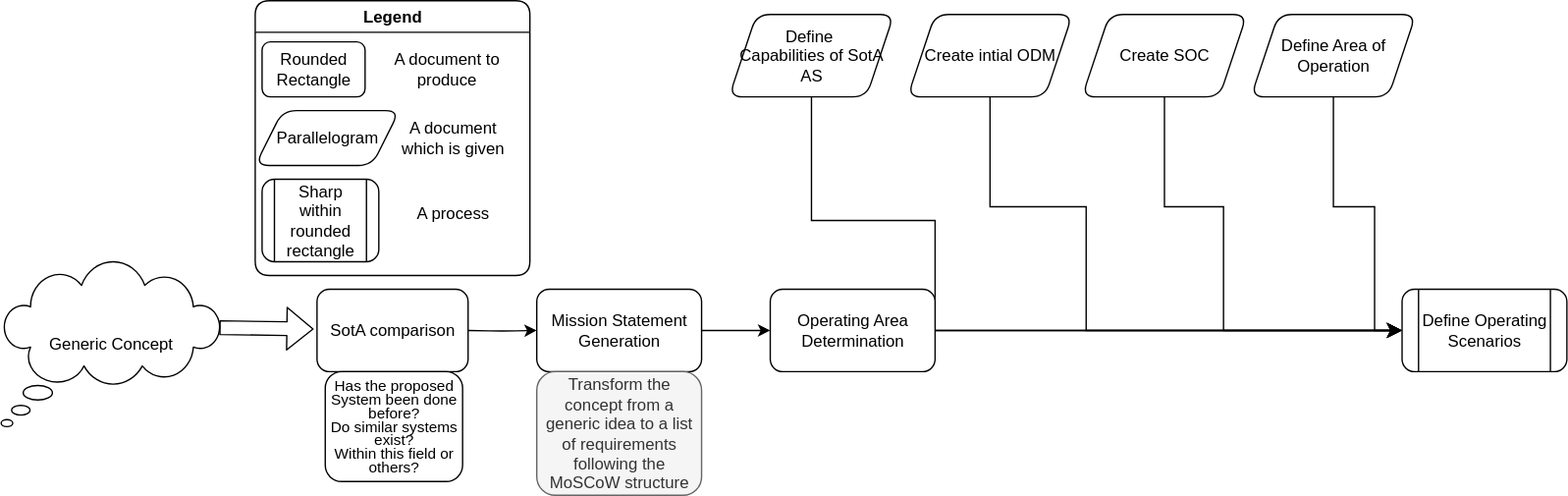
This is diagrams/Step-1.svg from TortoiseFather/sacred-site, a draw.io export, as it was before one commit. Source tidied: cells renumbered, new cells last; positions are measured from the earlier drawing's top-left corner, leaving out a move shared by most shapes.
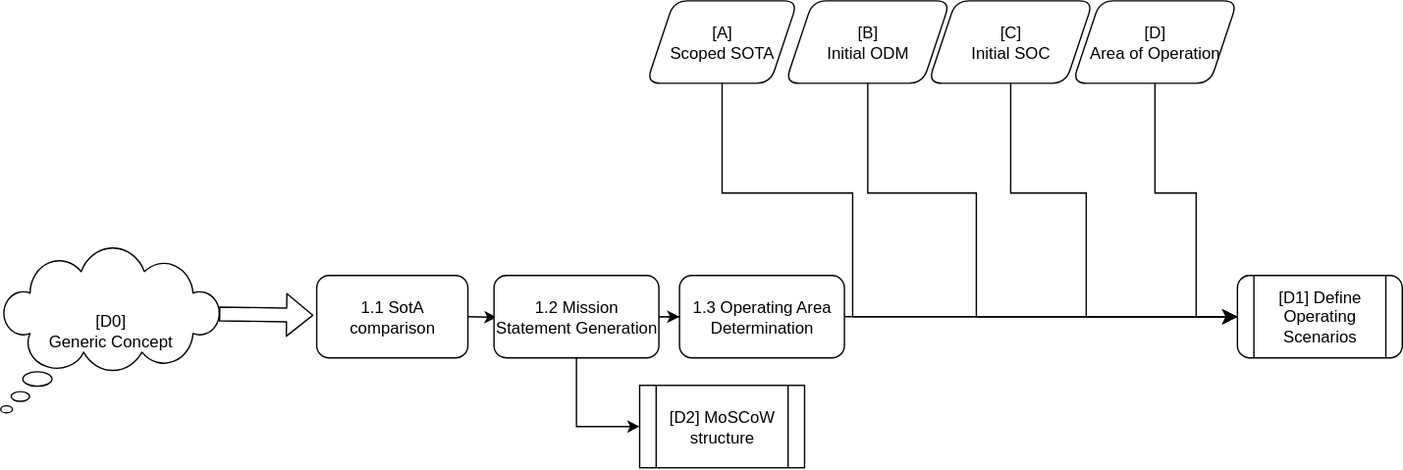
After the commit.

Commit message:
step 1 theoretically

Diff of the diagram source:
```diff
@@ -1,112 +1,96 @@
-<mxGraphModel>
+<mxGraphModel background="#ffffff">
   <root>
     <mxCell id="0" />
     <mxCell id="1" parent="0" />
-    <mxCell id="2" value="Generic Concept" style="whiteSpace=wrap;html=1;shape=mxgraph.basic.cloud_callout;rounded=1;" parent="1" vertex="1">
+    <mxCell id="2" value="[D0]&lt;div&gt;Generic Concept&lt;/div&gt;" style="whiteSpace=wrap;html=1;shape=mxgraph.basic.cloud_callout;rounded=1;fontColor=#000000;fillColor=#FFFFFF;strokeColor=#000000;" parent="1" vertex="1">
       <mxGeometry y="190" width="160" height="120" as="geometry" />
     </mxCell>
-    <mxCell id="3" style="shape=flexArrow;endArrow=classic;html=1;rounded=1;exitX=0.993;exitY=0.4;exitDx=0;exitDy=0;exitPerimeter=0;entryX=-0.022;entryY=0.483;entryDx=0;entryDy=0;entryPerimeter=0;" parent="1" edge="1" source="2" target="10">
+    <mxCell id="3" style="shape=flexArrow;endArrow=classic;html=1;rounded=1;exitX=0.993;exitY=0.4;exitDx=0;exitDy=0;exitPerimeter=0;entryX=-0.022;entryY=0.483;entryDx=0;entryDy=0;entryPerimeter=0;strokeColor=#000000;" parent="1" edge="1" source="2" target="10">
       <mxGeometry relative="1" as="geometry" />
     </mxCell>
-    <mxCell id="4" style="edgeStyle=orthogonalEdgeStyle;rounded=1;jettySize=auto;html=1;" parent="1" edge="1" target="6">
+    <mxCell id="4" style="edgeStyle=orthogonalEdgeStyle;rounded=1;jettySize=auto;html=1;strokeColor=#000000;" parent="1" edge="1" target="6">
       <mxGeometry relative="1" as="geometry">
         <mxPoint x="340" y="240" as="sourcePoint" />
       </mxGeometry>
     </mxCell>
-    <mxCell id="5" style="edgeStyle=orthogonalEdgeStyle;rounded=1;jettySize=auto;html=1;" parent="1" edge="1" source="6">
+    <mxCell id="5" style="edgeStyle=orthogonalEdgeStyle;rounded=1;jettySize=auto;html=1;strokeColor=#000000;" parent="1" edge="1" source="6">
       <mxGeometry relative="1" as="geometry">
         <mxPoint x="560" y="240" as="targetPoint" />
       </mxGeometry>
     </mxCell>
+    <mxCell id="28" style="edgeStyle=orthogonalEdgeStyle;rounded=0;jettySize=auto;html=1;entryX=0;entryY=0.5;entryDx=0;entryDy=0;strokeColor=#000000;" parent="1" edge="1" source="6" target="13">
+      <mxGeometry relative="1" as="geometry" />
+    </mxCell>
+    <mxCell id="29" style="edgeStyle=orthogonalEdgeStyle;rounded=0;jettySize=auto;html=1;entryX=0;entryY=0.5;entryDx=0;entryDy=0;strokeColor=#000000;" parent="1" edge="1" source="6" target="30">
+      <mxGeometry relative="1" as="geometry" />
+    </mxCell>
-    <mxCell id="6" value="Mission Statement Generation" style="whiteSpace=wrap;html=1;rounded=1;" parent="1" vertex="1">
-      <mxGeometry x="390" y="210" width="120" height="60" as="geometry" />
+    <mxCell id="6" value="1.2 Mission Statement Generation" style="whiteSpace=wrap;html=1;rounded=1;strokeColor=#000000;fontColor=#000000;fillColor=#FFFFFF;" parent="1" vertex="1">
+      <mxGeometry x="359" y="210" width="120" height="60" as="geometry" />
     </mxCell>
-    <mxCell id="7" value="Transform the concept from a generic idea to a list of requirements following the MoSCoW structure" style="text;html=1;strokeColor=#666666;fillColor=#f5f5f5;align=center;verticalAlign=middle;whiteSpace=wrap;rounded=1;fontColor=#333333;" parent="1" vertex="1">
-      <mxGeometry x="390" y="270" width="120" height="90" as="geometry" />
-    </mxCell>
-    <mxCell id="8" style="edgeStyle=none;curved=0;rounded=0;jettySize=auto;html=1;entryX=0;entryY=0.5;entryDx=0;entryDy=0;fontSize=12;startSize=8;endSize=8;" parent="1" edge="1" source="9" target="16">
+    <mxCell id="8" style="edgeStyle=none;curved=0;rounded=0;jettySize=auto;html=1;entryX=0;entryY=0.5;entryDx=0;entryDy=0;fontSize=12;startSize=8;endSize=8;strokeColor=#000000;" parent="1" edge="1" source="9">
       <mxGeometry relative="1" as="geometry">
+        <mxPoint x="960" y="240" as="targetPoint" />
         <Array as="points">
-          <mxPoint x="590" y="160" />
-          <mxPoint x="680" y="160" />
-          <mxPoint x="680" y="240" />
+          <mxPoint x="525" y="150" />
+          <mxPoint x="620" y="150" />
+          <mxPoint x="620" y="240" />
         </Array>
       </mxGeometry>
     </mxCell>
-    <mxCell id="9" value="&lt;div&gt;Define&amp;nbsp;&lt;/div&gt;&lt;div&gt;Capabilities of SotA AS&lt;/div&gt;" style="shape=parallelogram;perimeter=parallelogramPerimeter;whiteSpace=wrap;html=1;fixedSize=1;rounded=1;" parent="1" vertex="1">
-      <mxGeometry x="530" y="10" width="120" height="60" as="geometry" />
+    <mxCell id="9" value="&lt;div&gt;&lt;span style=&quot;color: rgb(0, 0, 0);&quot;&gt;[A]&lt;/span&gt;&lt;/div&gt;&lt;div&gt;&lt;span style=&quot;color: rgb(0, 0, 0);&quot;&gt;Scoped SOTA&lt;/span&gt;&lt;/div&gt;" style="shape=parallelogram;perimeter=parallelogramPerimeter;whiteSpace=wrap;html=1;fixedSize=1;rounded=1;strokeColor=#000000;fontColor=#000000;fillColor=#FFFFFF;" parent="1" vertex="1">
+      <mxGeometry x="470" y="10" width="110" height="60" as="geometry" />
     </mxCell>
-    <mxCell id="10" value="SotA comparison" style="rounded=1;whiteSpace=wrap;html=1;" parent="1" vertex="1">
+    <mxCell id="10" value="1.1 SotA comparison" style="rounded=1;whiteSpace=wrap;html=1;strokeColor=#000000;fontColor=#000000;fillColor=#FFFFFF;" parent="1" vertex="1">
       <mxGeometry x="230" y="210" width="110" height="60" as="geometry" />
     </mxCell>
-    <mxCell id="11" value="&lt;div style=&quot;font-size: 11px; line-height: 90%;&quot;&gt;&lt;font style=&quot;font-size: 11px;&quot;&gt;Has the proposed System been done before?&lt;/font&gt;&lt;/div&gt;&lt;div style=&quot;font-size: 11px; line-height: 90%;&quot;&gt;&lt;font style=&quot;font-size: 11px;&quot;&gt;Do similar systems exist?&lt;/font&gt;&lt;/div&gt;&lt;div style=&quot;font-size: 11px; line-height: 90%;&quot;&gt;&lt;font style=&quot;font-size: 11px;&quot;&gt;Within this field or others?&lt;br&gt;&lt;/font&gt;&lt;/div&gt;" style="rounded=1;whiteSpace=wrap;html=1;" parent="1" vertex="1">
-      <mxGeometry x="236" y="270" width="100" height="80" as="geometry" />
-    </mxCell>
-    <mxCell id="12" style="edgeStyle=none;curved=1;rounded=1;jettySize=auto;html=1;entryX=0;entryY=0.5;entryDx=0;entryDy=0;fontSize=12;startSize=8;endSize=8;" parent="1" edge="1" source="13" target="16">
+    <mxCell id="12" style="edgeStyle=none;curved=1;rounded=1;jettySize=auto;html=1;entryX=0;entryY=0.5;entryDx=0;entryDy=0;fontSize=12;startSize=8;endSize=8;strokeColor=#000000;" parent="1" edge="1" source="13" target="16">
       <mxGeometry relative="1" as="geometry" />
     </mxCell>
-    <mxCell id="13" value="Operating Area Determination" style="rounded=1;whiteSpace=wrap;html=1;" parent="1" vertex="1">
-      <mxGeometry x="560" y="210" width="120" height="60" as="geometry" />
+    <mxCell id="13" value="1.3 Operating Area Determination" style="rounded=1;whiteSpace=wrap;html=1;strokeColor=#000000;fontColor=#000000;fillColor=#FFFFFF;" parent="1" vertex="1">
+      <mxGeometry x="494" y="210" width="120" height="60" as="geometry" />
     </mxCell>
-    <mxCell id="14" style="edgeStyle=none;curved=0;rounded=0;jettySize=auto;html=1;entryX=0;entryY=0.5;entryDx=0;entryDy=0;fontSize=12;startSize=8;endSize=8;" parent="1" edge="1" source="15" target="16">
+    <mxCell id="14" style="edgeStyle=none;curved=0;rounded=0;jettySize=auto;html=1;entryX=0;entryY=0.5;entryDx=0;entryDy=0;fontSize=12;startSize=8;endSize=8;strokeColor=#000000;" parent="1" edge="1" source="15">
       <mxGeometry relative="1" as="geometry">
+        <mxPoint x="930" y="240" as="targetPoint" />
         <Array as="points">
-          <mxPoint x="970" y="150" />
-          <mxPoint x="1000" y="150" />
-          <mxPoint x="1000" y="240" />
+          <mxPoint x="840" y="150" />
+          <mxPoint x="870" y="150" />
+          <mxPoint x="870" y="240" />
         </Array>
       </mxGeometry>
     </mxCell>
-    <mxCell id="15" value="Define Area of Operation" style="shape=parallelogram;perimeter=parallelogramPerimeter;whiteSpace=wrap;html=1;fixedSize=1;rounded=1;" parent="1" vertex="1">
-      <mxGeometry x="910" y="10" width="120" height="60" as="geometry" />
+    <mxCell id="15" value="[D]&lt;div&gt;&lt;span style=&quot;color: rgb(0, 0, 0);&quot;&gt;Area of Operation&lt;/span&gt;&lt;/div&gt;" style="shape=parallelogram;perimeter=parallelogramPerimeter;whiteSpace=wrap;html=1;fixedSize=1;rounded=1;strokeColor=#000000;fontColor=#000000;fillColor=#FFFFFF;" parent="1" vertex="1">
+      <mxGeometry x="780" y="10" width="120" height="60" as="geometry" />
     </mxCell>
-    <mxCell id="16" value="Define Operating Scenarios" style="shape=process;whiteSpace=wrap;html=1;backgroundOutline=1;rounded=1;" parent="1" vertex="1">
-      <mxGeometry x="1020" y="210" width="120" height="60" as="geometry" />
+    <mxCell id="16" value="[D1] Define Operating Scenarios" style="shape=process;whiteSpace=wrap;html=1;backgroundOutline=1;rounded=1;strokeColor=#000000;fontColor=#000000;fillColor=#FFFFFF;" parent="1" vertex="1">
+      <mxGeometry x="900" y="210" width="120" height="60" as="geometry" />
     </mxCell>
-    <mxCell id="17" value="Create intial ODM" style="shape=parallelogram;perimeter=parallelogramPerimeter;whiteSpace=wrap;html=1;fixedSize=1;rounded=1;" parent="1" vertex="1">
-      <mxGeometry x="660" y="10" width="120" height="60" as="geometry" />
+    <mxCell id="17" value="&lt;div&gt;&lt;span style=&quot;color: rgb(0, 0, 0);&quot;&gt;[B]&lt;/span&gt;&lt;/div&gt;&lt;div&gt;&lt;span style=&quot;color: rgb(0, 0, 0);&quot;&gt;Initial ODM&lt;/span&gt;&lt;/div&gt;" style="shape=parallelogram;perimeter=parallelogramPerimeter;whiteSpace=wrap;html=1;fixedSize=1;rounded=1;strokeColor=#000000;fontColor=#000000;fillColor=#FFFFFF;" parent="1" vertex="1">
+      <mxGeometry x="571" y="10" width="120" height="60" as="geometry" />
     </mxCell>
-    <mxCell id="18" style="edgeStyle=none;curved=0;rounded=0;jettySize=auto;html=1;exitX=0.5;exitY=1;exitDx=0;exitDy=0;entryX=0;entryY=0.5;entryDx=0;entryDy=0;fontSize=12;startSize=8;endSize=8;" parent="1" edge="1" source="19" target="16">
+    <mxCell id="18" style="edgeStyle=none;curved=0;rounded=0;jettySize=auto;html=1;exitX=0.5;exitY=1;exitDx=0;exitDy=0;entryX=0;entryY=0.5;entryDx=0;entryDy=0;fontSize=12;startSize=8;endSize=8;strokeColor=#000000;" parent="1" edge="1" source="19" target="16">
       <mxGeometry relative="1" as="geometry">
         <Array as="points">
-          <mxPoint x="847" y="150" />
-          <mxPoint x="890" y="150" />
-          <mxPoint x="890" y="240" />
+          <mxPoint x="735" y="150" />
+          <mxPoint x="790" y="150" />
+          <mxPoint x="790" y="240" />
         </Array>
       </mxGeometry>
     </mxCell>
-    <mxCell id="19" value="Create SOC" style="shape=parallelogram;perimeter=parallelogramPerimeter;whiteSpace=wrap;html=1;fixedSize=1;rounded=1;" parent="1" vertex="1">
-      <mxGeometry x="787" y="10" width="120" height="60" as="geometry" />
+    <mxCell id="19" value="&lt;span style=&quot;color: rgb(0, 0, 0);&quot;&gt;[C]&lt;/span&gt;&lt;div&gt;&lt;span style=&quot;color: rgb(0, 0, 0);&quot;&gt;Initial SOC&lt;/span&gt;&lt;/div&gt;" style="shape=parallelogram;perimeter=parallelogramPerimeter;whiteSpace=wrap;html=1;fixedSize=1;rounded=1;strokeColor=#000000;fontColor=#000000;fillColor=#FFFFFF;" parent="1" vertex="1">
+      <mxGeometry x="675" y="10" width="120" height="60" as="geometry" />
     </mxCell>
-    <mxCell id="20" style="endArrow=classic;html=1;rounded=0;fontSize=12;startSize=8;endSize=8;curved=0;exitX=0.5;exitY=1;exitDx=0;exitDy=0;entryX=0;entryY=0.5;entryDx=0;entryDy=0;" parent="1" edge="1" source="17" target="16">
+    <mxCell id="20" style="endArrow=classic;html=1;rounded=0;fontSize=12;startSize=8;endSize=8;curved=0;exitX=0.5;exitY=1;exitDx=0;exitDy=0;entryX=0;entryY=0.5;entryDx=0;entryDy=0;strokeColor=#000000;" parent="1" edge="1" source="17" target="16">
       <mxGeometry relative="1" as="geometry">
         <Array as="points">
-          <mxPoint x="720" y="150" />
-          <mxPoint x="790" y="150" />
-          <mxPoint x="790" y="240" />
+          <mxPoint x="631" y="150" />
+          <mxPoint x="710" y="150" />
+          <mxPoint x="710" y="240" />
         </Array>
       </mxGeometry>
     </mxCell>
-    <mxCell id="21" value="Legend" style="swimlane;whiteSpace=wrap;html=1;rounded=1;" parent="1" vertex="1">
-      <mxGeometry x="185" width="200" height="200" as="geometry" />
-    </mxCell>
-    <mxCell id="22" value="Rounded Rectangle" style="rounded=1;whiteSpace=wrap;html=1;" parent="21" vertex="1">
-      <mxGeometry x="5" y="30" width="75" height="40" as="geometry" />
-    </mxCell>
-    <mxCell id="23" value="A document to produce" style="text;html=1;align=center;verticalAlign=middle;whiteSpace=wrap;rounded=0;" parent="21" vertex="1">
-      <mxGeometry x="90" y="35" width="99" height="30" as="geometry" />
-    </mxCell>
-    <mxCell id="24" value="Parallelogram" style="shape=parallelogram;perimeter=parallelogramPerimeter;whiteSpace=wrap;html=1;fixedSize=1;rounded=1;" parent="21" vertex="1">
-      <mxGeometry y="80" width="105" height="40" as="geometry" />
-    </mxCell>
-    <mxCell id="25" value="A document which is given" style="text;html=1;align=center;verticalAlign=middle;whiteSpace=wrap;rounded=0;" parent="21" vertex="1">
-      <mxGeometry x="99" y="85" width="90" height="30" as="geometry" />
-    </mxCell>
-    <mxCell id="26" value="Sharp within rounded rectangle" style="shape=process;whiteSpace=wrap;html=1;backgroundOutline=1;rounded=1;" parent="21" vertex="1">
-      <mxGeometry x="5" y="130" width="85" height="60" as="geometry" />
-    </mxCell>
-    <mxCell id="27" value="A process" style="text;html=1;align=center;verticalAlign=middle;whiteSpace=wrap;rounded=0;" parent="21" vertex="1">
-      <mxGeometry x="114" y="140" width="60" height="30" as="geometry" />
-    </mxCell>
+    <mxCell id="30" value="&lt;div&gt;&lt;span style=&quot;color: rgb(0, 0, 0);&quot;&gt;[D2] MoSCoW structure&lt;/span&gt;&lt;/div&gt;" style="shape=process;whiteSpace=wrap;html=1;backgroundOutline=1;fillColor=#FFFFFF;strokeColor=#000000;" parent="1" vertex="1">
+      <mxGeometry x="465" y="290" width="120" height="60" as="geometry" />
+    </mxCell>
   </root>
 </mxGraphModel>
```
